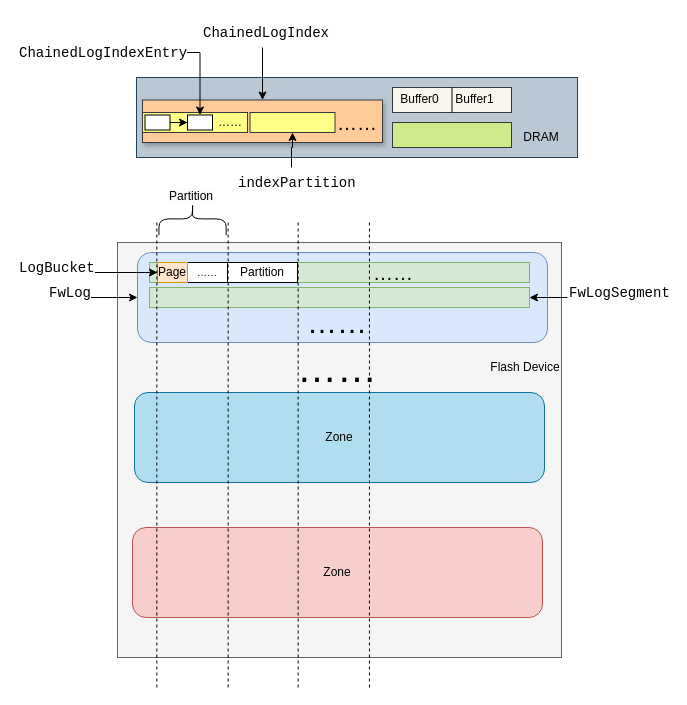
Earlier version of the draw.io diagram 未命名绘图.drawio (reatcat/Drawio). Source tidied: cells renumbered, new cells numbered last; positions are measured from the earlier drawing's top-left corner, leaving out a move shared by most shapes. Both pictures are drawn from the tidied source at 100%, with x=0, y=0 at pixel (17, 17).
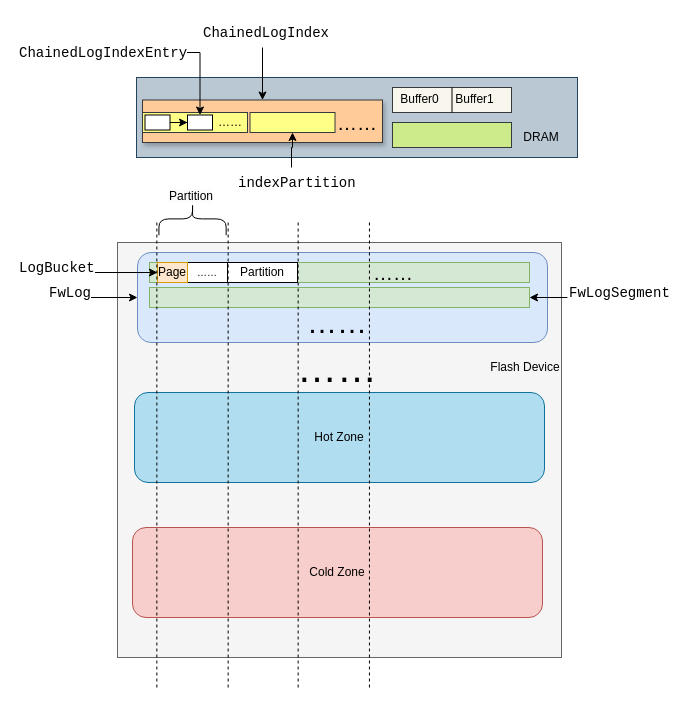
After the change.

What changed in the source:
```diff
@@
-    <mxCell id="3" value="Zone" style="rounded=1;whiteSpace=wrap;html=1;fillColor=#f8cecc;strokeColor=#b85450;" parent="1" vertex="1">
+    <mxCell id="3" value="Cold Zone" style="rounded=1;whiteSpace=wrap;html=1;fillColor=#f8cecc;strokeColor=#b85450;" parent="1" vertex="1">
       <mxGeometry x="115" y="510" width="410" height="90" as="geometry" />
     </mxCell>
@@
-    <mxCell id="6" value="Zone" style="rounded=1;whiteSpace=wrap;html=1;fillColor=#b1ddf0;strokeColor=#10739e;" parent="1" vertex="1">
+    <mxCell id="6" value="Hot Zone" style="rounded=1;whiteSpace=wrap;html=1;fillColor=#b1ddf0;strokeColor=#10739e;" parent="1" vertex="1">
       <mxGeometry x="117" y="375" width="410" height="90" as="geometry" />
     </mxCell>
```
